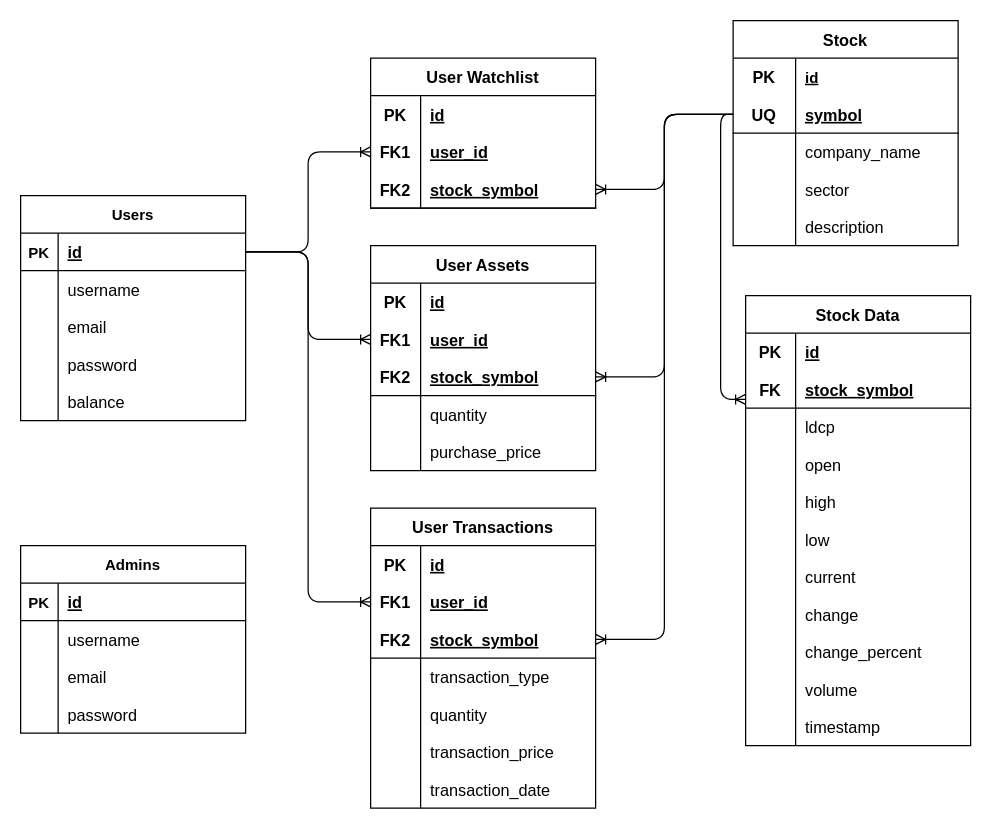
Above: diagrams/erd.drawio in httpshahan/Pakistan-Stock-Exchange-Simulator (draw.io), before the change. Source tidied: cells renumbered, new cells numbered last; positions are measured from the earlier drawing's top-left corner, leaving out a move shared by most shapes. Both pictures are drawn from the tidied source at 125%, with x=0, y=0 at pixel (20, 20).
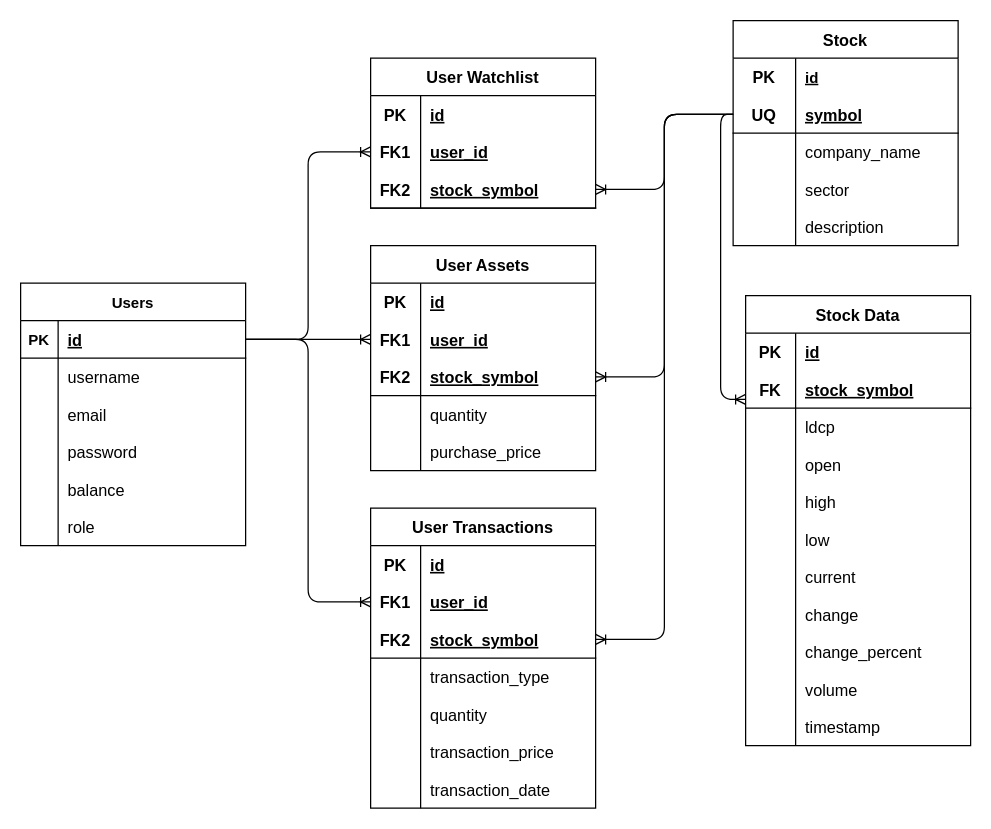
Above is the later version.

Diff of the diagram source:
```diff
@@
-    <mxCell id="2" value="Admins       " style="shape=table;startSize=30;childLayout=tableLayout;rowLines=0;fontStyle=1;align=center;" parent="1" vertex="1">
-      <mxGeometry y="420" width="180" height="150" as="geometry" />
-    </mxCell>
-    <mxCell id="3" style="shape=tableRow;horizontal=0;startSize=0;swimlaneHead=0;swimlaneBody=0;fillColor=none;top=0;left=0;right=0;bottom=1;" parent="2" vertex="1">
-      <mxGeometry y="30" width="180" height="30" as="geometry" />
-    </mxCell>
-    <mxCell id="4" value="PK" style="shape=partialRectangle;fillColor=none;top=0;left=0;bottom=0;right=0;fontStyle=1;overflow=hidden;" parent="3" vertex="1">
-      <mxGeometry width="30" height="30" as="geometry" />
-    </mxCell>
-    <mxCell id="5" value="id " style="shape=partialRectangle;fillColor=none;top=0;left=0;bottom=0;right=0;align=left;spacingLeft=6;fontStyle=5;overflow=hidden;fontSize=13;" parent="3" vertex="1">
-      <mxGeometry x="30" width="150" height="30" as="geometry" />
-    </mxCell>
-    <mxCell id="6" style="shape=tableRow;horizontal=0;startSize=0;swimlaneHead=0;swimlaneBody=0;fillColor=none;top=0;left=0;right=0;bottom=0;" parent="2" vertex="1">
-      <mxGeometry y="60" width="180" height="30" as="geometry" />
-    </mxCell>
-    <mxCell id="7" style="shape=partialRectangle;fillColor=none;top=0;left=0;bottom=0;right=0;overflow=hidden;" parent="6" vertex="1">
-      <mxGeometry width="30" height="30" as="geometry" />
-    </mxCell>
-    <mxCell id="8" value="username          " style="shape=partialRectangle;fillColor=none;top=0;left=0;bottom=0;right=0;align=left;spacingLeft=6;overflow=hidden;fontSize=13;" parent="6" vertex="1">
-      <mxGeometry x="30" width="150" height="30" as="geometry" />
-    </mxCell>
-    <mxCell id="9" style="shape=tableRow;horizontal=0;startSize=0;swimlaneHead=0;swimlaneBody=0;fillColor=none;top=0;left=0;right=0;bottom=0;" parent="2" vertex="1">
-      <mxGeometry y="90" width="180" height="30" as="geometry" />
-    </mxCell>
-    <mxCell id="10" style="shape=partialRectangle;fillColor=none;top=0;left=0;bottom=0;right=0;overflow=hidden;" parent="9" vertex="1">
-      <mxGeometry width="30" height="30" as="geometry" />
-    </mxCell>
-    <mxCell id="11" value="email             " style="shape=partialRectangle;fillColor=none;top=0;left=0;bottom=0;right=0;align=left;spacingLeft=6;overflow=hidden;fontSize=13;" parent="9" vertex="1">
-      <mxGeometry x="30" width="150" height="30" as="geometry" />
-    </mxCell>
-    <mxCell id="12" style="shape=tableRow;horizontal=0;startSize=0;swimlaneHead=0;swimlaneBody=0;fillColor=none;top=0;left=0;right=0;bottom=0;" parent="2" vertex="1">
-      <mxGeometry y="120" width="180" height="30" as="geometry" />
-    </mxCell>
-    <mxCell id="13" style="shape=partialRectangle;fillColor=none;top=0;left=0;bottom=0;right=0;overflow=hidden;" parent="12" vertex="1">
-      <mxGeometry width="30" height="30" as="geometry" />
-    </mxCell>
-    <mxCell id="14" value="password          " style="shape=partialRectangle;fillColor=none;top=0;left=0;bottom=0;right=0;align=left;spacingLeft=6;overflow=hidden;fontSize=13;" parent="12" vertex="1">
-      <mxGeometry x="30" width="150" height="30" as="geometry" />
-    </mxCell>
     <mxCell id="15" value="Users       " style="shape=table;startSize=30;childLayout=tableLayout;rowLines=0;fontStyle=1;align=center;" parent="1" vertex="1">
-      <mxGeometry y="140" width="180" height="180" as="geometry" />
+      <mxGeometry y="210" width="180" height="210" as="geometry" />
     </mxCell>
@@
+    <mxCell id="136" style="shape=tableRow;horizontal=0;startSize=0;swimlaneHead=0;swimlaneBody=0;fillColor=none;top=0;left=0;right=0;bottom=0;" parent="15" vertex="1">
+      <mxGeometry y="180" width="180" height="30" as="geometry" />
+    </mxCell>
+    <mxCell id="137" style="shape=partialRectangle;fillColor=none;top=0;left=0;bottom=0;right=0;overflow=hidden;" parent="136" vertex="1">
+      <mxGeometry width="30" height="30" as="geometry" />
+    </mxCell>
+    <mxCell id="138" value="role" style="shape=partialRectangle;fillColor=none;top=0;left=0;bottom=0;right=0;align=left;spacingLeft=6;overflow=hidden;fontSize=13;" parent="136" vertex="1">
+      <mxGeometry x="30" width="150" height="30" as="geometry" />
+    </mxCell>
```
